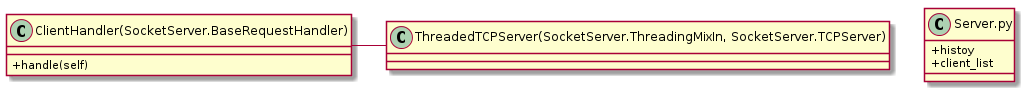
Before: server_class.png, a diagram exported from PlantUML (sindrehan/TTM4100-Project).
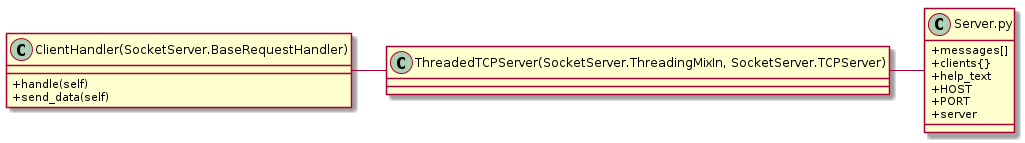
Later version of the same file.

Commit message:
Update diagrams and minor code clean up

What changed in the source:
```diff
@@ -4,17 +4,22 @@
 
 class "ClientHandler(SocketServer.BaseRequestHandler)" as ClientHandler{
 +handle(self)
++send_data(self)
 }
 
 class "ThreadedTCPServer(SocketServer.ThreadingMixIn, SocketServer.TCPServer)" as TCPserver{
 }
 
 class "Server.py" as server{
-+histoy
-+client_list
-+
++messages[]
++clients{}
++help_text
++HOST
++PORT
++server
 }
 
 ClientHandler - TCPserver
+TCPserver - server
 
 @enduml
```
